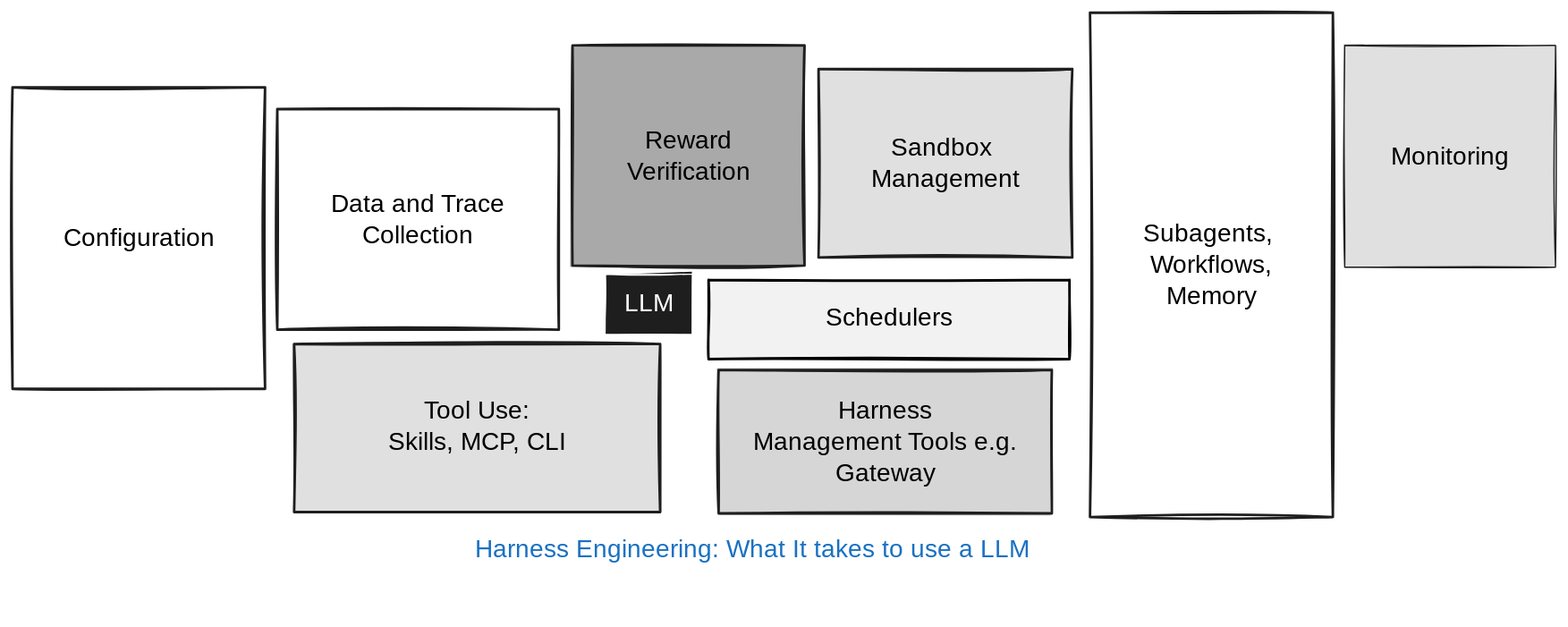
Earlier version of the Excalidraw export act1-debt-overlay/agent-debt.svg (NirantK/agent-as-compiler). Source tidied: one line per element, renumbered; positions are measured from the earlier drawing's top-left corner, leaving out a move shared by most shapes. The source it was exported from:
```json
{"id": 0, "type": "rectangle", "strokeColor": "#1e1e1e", "backgroundColor": "#a9a9a9", "fillStyle": "solid", "strokeWidth": 2, "roughness": 1, "x": 447, "y": 26, "width": 185, "height": 176}
{"id": 1, "type": "text", "text": "Reward\nVerification", "strokeColor": "#000", "backgroundColor": "#f2f2f2", "fillStyle": "solid", "strokeWidth": 2, "roughness": 1, "fontSize": 20, "fontFamily": 6, "textAlign": "center", "verticalAlign": "middle", "inside": 0, "x": 489, "y": 89, "width": 101, "height": 50}
{"id": 2, "type": "rectangle", "strokeColor": "#1e1e1e", "backgroundColor": "#e0e0e0", "fillStyle": "solid", "strokeWidth": 2, "roughness": 1, "x": 643, "y": 45, "width": 203, "height": 150}
{"id": 3, "type": "text", "text": "Sandbox \nManagement", "strokeColor": "#000", "backgroundColor": "#f2f2f2", "fillStyle": "solid", "strokeWidth": 2, "roughness": 1, "fontSize": 20, "fontFamily": 6, "textAlign": "center", "verticalAlign": "middle", "inside": 2, "x": 685, "y": 95, "width": 119, "height": 50}
{"id": 4, "type": "rectangle", "strokeColor": "#1e1e1e", "strokeWidth": 2, "roughness": 1, "x": 860, "y": 0, "width": 194, "height": 403}
{"id": 5, "type": "text", "text": "Subagents, \nWorkflows,\nMemory", "strokeColor": "#000", "backgroundColor": "#f2f2f2", "fillStyle": "solid", "strokeWidth": 2, "roughness": 1, "fontSize": 20, "fontFamily": 6, "textAlign": "center", "verticalAlign": "middle", "inside": 4, "x": 904, "y": 164, "width": 107, "height": 75}
{"id": 6, "type": "rectangle", "strokeColor": "#1e1e1e", "backgroundColor": "#e0e0e0", "fillStyle": "solid", "strokeWidth": 1, "roughness": 1, "x": 1064, "y": 26, "width": 168, "height": 177}
{"id": 7, "type": "text", "text": "Monitoring", "strokeColor": "#000", "backgroundColor": "#f2f2f2", "fillStyle": "solid", "strokeWidth": 2, "roughness": 1, "fontSize": 20, "fontFamily": 6, "textAlign": "center", "verticalAlign": "middle", "inside": 6, "x": 1099, "y": 102, "width": 98, "height": 25}
{"id": 8, "type": "rectangle", "strokeColor": "#1e1e1e", "backgroundColor": "#e0e0e0", "fillStyle": "solid", "strokeWidth": 2, "roughness": 1, "x": 225, "y": 265, "width": 292, "height": 134}
{"id": 9, "type": "text", "text": "Tool Use:\nSkills, MCP, CLI", "strokeColor": "#000", "backgroundColor": "#f2f2f2", "fillStyle": "solid", "strokeWidth": 2, "roughness": 1, "fontSize": 20, "fontFamily": 8, "textAlign": "center", "verticalAlign": "middle", "inside": 8, "x": 283, "y": 307, "width": 176, "height": 50}
{"id": 10, "type": "rectangle", "strokeColor": "#1e1e1e", "strokeWidth": 2, "roughness": 1, "x": 211, "y": 77, "width": 225, "height": 176}
{"id": 11, "type": "text", "text": "Data and Trace\nCollection", "strokeColor": "#000", "backgroundColor": "#f2f2f2", "fillStyle": "solid", "strokeWidth": 2, "roughness": 1, "fontSize": 20, "fontFamily": 6, "textAlign": "center", "verticalAlign": "middle", "inside": 10, "x": 256, "y": 140, "width": 136, "height": 50}
{"id": 12, "type": "rectangle", "strokeColor": "#1e1e1e", "strokeWidth": 2, "roughness": 1, "x": 0, "y": 60, "width": 202, "height": 241}
{"id": 13, "type": "text", "text": "Configuration", "strokeColor": "#000", "backgroundColor": "#f2f2f2", "fillStyle": "solid", "strokeWidth": 2, "roughness": 1, "fontSize": 20, "fontFamily": 6, "textAlign": "center", "verticalAlign": "middle", "inside": 12, "x": 40, "y": 168, "width": 122, "height": 25}
{"id": 14, "type": "rectangle", "strokeColor": "#ffffff", "backgroundColor": "#1e1e1e", "fillStyle": "solid", "strokeWidth": 1, "roughness": 1, "x": 473, "y": 209, "width": 70, "height": 49}
{"id": 15, "type": "text", "text": "LLM", "strokeColor": "#ffffff", "backgroundColor": "#e0e0e0", "fillStyle": "solid", "strokeWidth": 2, "roughness": 1, "fontSize": 20, "fontFamily": 8, "textAlign": "center", "verticalAlign": "middle", "inside": 14, "x": 492, "y": 221, "width": 33, "height": 25}
{"id": 16, "type": "rectangle", "strokeColor": "#000", "backgroundColor": "#f2f2f2", "fillStyle": "solid", "strokeWidth": 2, "roughness": 1, "x": 556, "y": 214, "width": 288, "height": 63}
{"id": 17, "type": "text", "text": "Schedulers", "strokeColor": "#000", "backgroundColor": "#f2f2f2", "fillStyle": "solid", "strokeWidth": 2, "roughness": 1, "fontSize": 20, "fontFamily": 8, "textAlign": "center", "verticalAlign": "middle", "inside": 16, "x": 645, "y": 233, "width": 110, "height": 25}
{"id": 18, "type": "rectangle", "strokeColor": "#1e1e1e", "backgroundColor": "#d6d6d6", "fillStyle": "solid", "strokeWidth": 2, "roughness": 1, "x": 564, "y": 285, "width": 266, "height": 115}
{"id": 19, "type": "text", "text": "Harness\nManagement Tools e.g.\nGateway", "strokeColor": "#000", "backgroundColor": "#f2f2f2", "fillStyle": "solid", "strokeWidth": 2, "roughness": 1, "fontSize": 20, "fontFamily": 6, "textAlign": "center", "verticalAlign": "middle", "inside": 18, "x": 592, "y": 305, "width": 209, "height": 75}
{"id": 20, "type": "text", "text": "Harness Engineering: What It takes to use a LLM", "strokeColor": "#1971c2", "strokeWidth": 2, "roughness": 0, "fontSize": 20, "fontFamily": 6, "textAlign": "center", "x": 370, "y": 416, "width": 441, "height": 25}
```
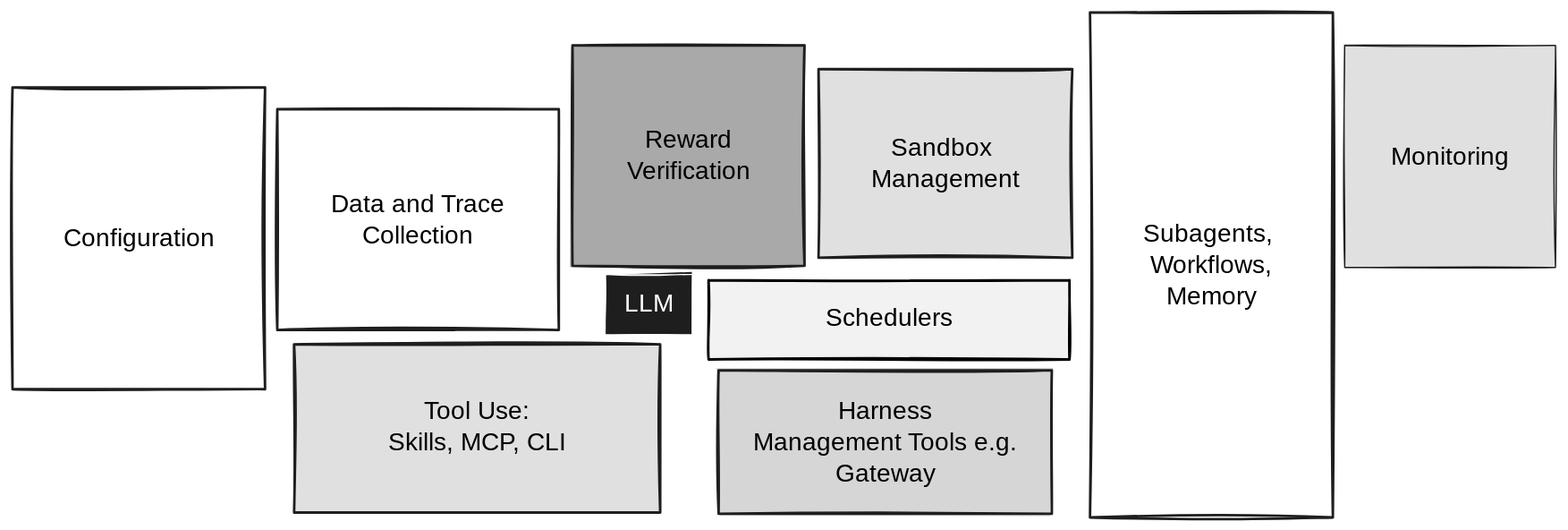
Later version of the same file.

Commit message:
Update Act I debt-overlay diagrams to latest versions

Diff of the diagram source:
```diff
@@ -18,4 +18,3 @@
 {"id": 17, "type": "text", "text": "Schedulers", "strokeColor": "#000", "backgroundColor": "#f2f2f2", "fillStyle": "solid", "strokeWidth": 2, "roughness": 1, "fontSize": 20, "fontFamily": 8, "textAlign": "center", "verticalAlign": "middle", "inside": 16, "x": 645, "y": 233, "width": 110, "height": 25}
 {"id": 18, "type": "rectangle", "strokeColor": "#1e1e1e", "backgroundColor": "#d6d6d6", "fillStyle": "solid", "strokeWidth": 2, "roughness": 1, "x": 564, "y": 285, "width": 266, "height": 115}
 {"id": 19, "type": "text", "text": "Harness\nManagement Tools e.g.\nGateway", "strokeColor": "#000", "backgroundColor": "#f2f2f2", "fillStyle": "solid", "strokeWidth": 2, "roughness": 1, "fontSize": 20, "fontFamily": 6, "textAlign": "center", "verticalAlign": "middle", "inside": 18, "x": 592, "y": 305, "width": 209, "height": 75}
-{"id": 20, "type": "text", "text": "Harness Engineering: What It takes to use a LLM", "strokeColor": "#1971c2", "strokeWidth": 2, "roughness": 0, "fontSize": 20, "fontFamily": 6, "textAlign": "center", "x": 370, "y": 416, "width": 441, "height": 25}
```
